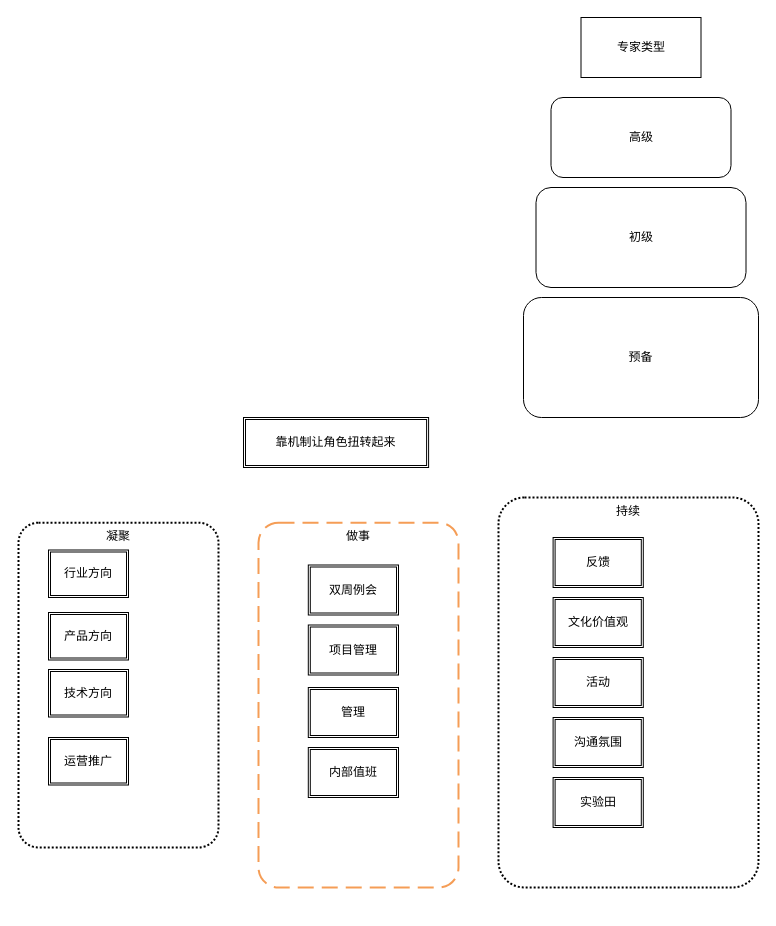
The draw.io diagram techforgood.drawio in airdb/drawio, before the edit. Source tidied: cells renumbered, new cells numbered last; positions are measured from the earlier drawing's top-left corner, leaving out a move shared by most shapes. Both pictures are drawn from the tidied source at 100%, with x=0, y=0 at pixel (18, 17).
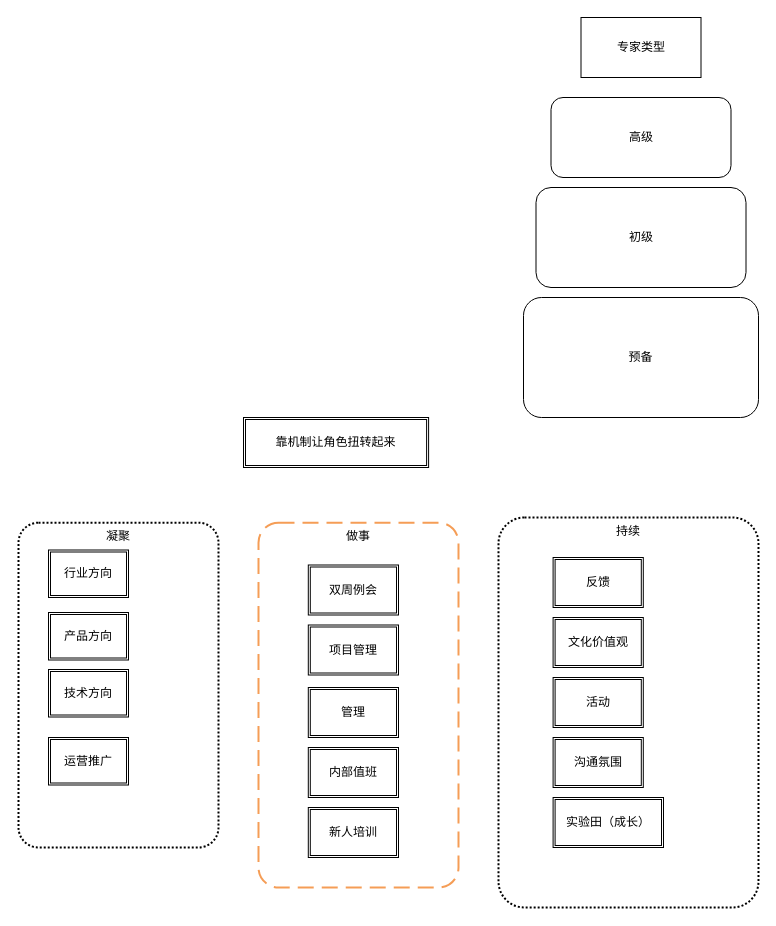
Above is the later version.

Diff of the diagram source:
```diff
@@
     <mxCell id="11" value="持续" style="rounded=1;arcSize=10;dashed=1;fillColor=none;gradientColor=none;dashPattern=1 1;strokeWidth=2;verticalAlign=top;" parent="1" vertex="1">
-      <mxGeometry x="480" y="480" width="260" height="390" as="geometry" />
+      <mxGeometry x="480" y="500" width="260" height="390" as="geometry" />
     </mxCell>
     <mxCell id="12" value="反馈" style="shape=ext;double=1;rounded=0;whiteSpace=wrap;html=1;" parent="1" vertex="1">
-      <mxGeometry x="534.6" y="520" width="90.2" height="50" as="geometry" />
+      <mxGeometry x="534.6" y="540" width="90.2" height="50" as="geometry" />
     </mxCell>
     <mxCell id="13" value="文化价值观" style="shape=ext;double=1;rounded=0;whiteSpace=wrap;html=1;" parent="1" vertex="1">
-      <mxGeometry x="534.6" y="580" width="90.2" height="50" as="geometry" />
+      <mxGeometry x="534.6" y="600" width="90.2" height="50" as="geometry" />
     </mxCell>
     <mxCell id="14" value="活动" style="shape=ext;double=1;rounded=0;whiteSpace=wrap;html=1;" parent="1" vertex="1">
-      <mxGeometry x="534.6" y="640" width="90.2" height="50" as="geometry" />
+      <mxGeometry x="534.6" y="660" width="90.2" height="50" as="geometry" />
     </mxCell>
     <mxCell id="15" value="沟通氛围" style="shape=ext;double=1;rounded=0;whiteSpace=wrap;html=1;" parent="1" vertex="1">
-      <mxGeometry x="534.6" y="700" width="90.2" height="50" as="geometry" />
+      <mxGeometry x="534.6" y="720" width="90.2" height="50" as="geometry" />
     </mxCell>
-    <mxCell id="16" value="实验田" style="shape=ext;double=1;rounded=0;whiteSpace=wrap;html=1;" parent="1" vertex="1">
-      <mxGeometry x="534.6" y="760" width="90.2" height="50" as="geometry" />
+    <mxCell id="16" value="实验田（成长）" style="shape=ext;double=1;rounded=0;whiteSpace=wrap;html=1;" parent="1" vertex="1">
+      <mxGeometry x="534.6" y="780" width="110.4" height="50" as="geometry" />
     </mxCell>
@@
+    <mxCell id="23" value="新人培训" style="shape=ext;double=1;rounded=0;whiteSpace=wrap;html=1;" parent="1" vertex="1">
+      <mxGeometry x="289.8" y="790" width="90.2" height="50" as="geometry" />
+    </mxCell>
```
